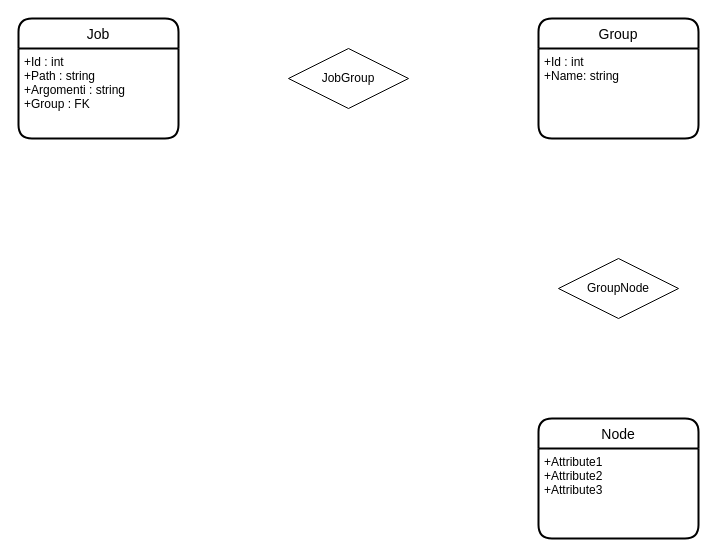
Earlier version of the draw.io diagram Docs/ER.drawio (ofalcone/JobScheduler). Source tidied: cells renumbered, new cells numbered last; positions are measured from the earlier drawing's top-left corner, leaving out a move shared by most shapes. Both pictures are drawn from the tidied source at 100%, with x=0, y=0 at pixel (18, 18).
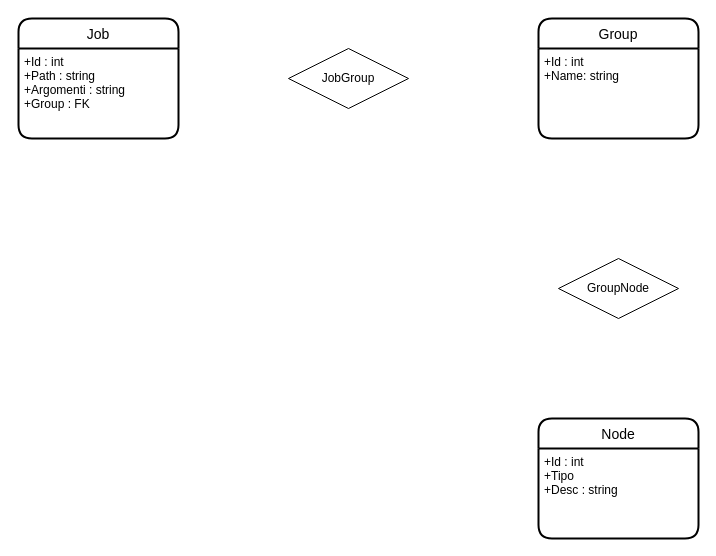
Above is the later version.

The edit, as a diff of the source:
```diff
@@
 <mxGraphModel>
   <root>
     <mxCell id="0" />
     <mxCell id="1" parent="0" />
     <mxCell id="2" value="Job" style="swimlane;horizontal=1;startSize=30;rounded=1;fontSize=14;fontStyle=0;strokeWidth=2;shadow=0;dashed=0;align=center;" parent="1" vertex="1">
       <mxGeometry width="160" height="120" as="geometry" />
     </mxCell>
     <mxCell id="3" value="+Id : int&#10;+Path : string&#10;+Argomenti : string&#10;+Group : FK" style="align=left;strokeColor=none;fillColor=none;spacingLeft=4;fontSize=12;verticalAlign=top;" parent="2" vertex="1">
       <mxGeometry y="30" width="160" height="90" as="geometry" />
     </mxCell>
     <mxCell id="4" value="Node" style="swimlane;horizontal=1;startSize=30;rounded=1;fontSize=14;fontStyle=0;strokeWidth=2;shadow=0;dashed=0;align=center;" parent="1" vertex="1">
       <mxGeometry x="520" y="400" width="160" height="120" as="geometry" />
     </mxCell>
-    <mxCell id="5" value="+Attribute1&#10;+Attribute2&#10;+Attribute3" style="align=left;strokeColor=none;fillColor=none;spacingLeft=4;fontSize=12;verticalAlign=top;" parent="4" vertex="1">
+    <mxCell id="5" value="+Id : int&#10;+Tipo&#10;+Desc : string" style="align=left;strokeColor=none;fillColor=none;spacingLeft=4;fontSize=12;verticalAlign=top;" parent="4" vertex="1">
       <mxGeometry y="30" width="160" height="90" as="geometry" />
     </mxCell>
     <mxCell id="6" value="Group" style="swimlane;horizontal=1;startSize=30;rounded=1;fontSize=14;fontStyle=0;strokeWidth=2;shadow=0;dashed=0;align=center;" parent="1" vertex="1">
       <mxGeometry x="520" width="160" height="120" as="geometry" />
     </mxCell>
     <mxCell id="7" value="+Id : int&#10;+Name: string&#10;" style="align=left;strokeColor=none;fillColor=none;spacingLeft=4;fontSize=12;verticalAlign=top;" parent="6" vertex="1">
       <mxGeometry y="30" width="160" height="90" as="geometry" />
     </mxCell>
     <mxCell id="8" value="JobGroup" style="shape=rhombus;perimeter=rhombusPerimeter;whiteSpace=wrap;html=1;align=center;" parent="1" vertex="1">
       <mxGeometry x="270" y="30" width="120" height="60" as="geometry" />
     </mxCell>
     <mxCell id="9" value="GroupNode" style="shape=rhombus;perimeter=rhombusPerimeter;whiteSpace=wrap;html=1;align=center;" parent="1" vertex="1">
       <mxGeometry x="540" y="240" width="120" height="60" as="geometry" />
     </mxCell>
   </root>
 </mxGraphModel>
```
